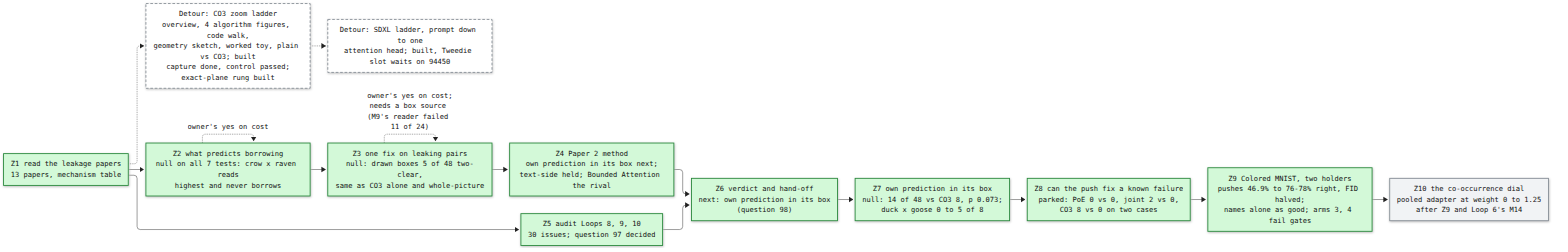
Above: artifacts/notes/progress/leakage/loop-12-progress.png in mo-rsa24/concept-composition (Mermaid), before the change. Its source is kept beside it as artifacts/notes/progress/leakage/loop-12-progress.mmd. The source it was exported from:
```mermaid
%%{init: {'theme': 'base', 'themeVariables': {'fontFamily': 'monospace', 'primaryColor': '#ffffff', 'primaryBorderColor': '#222222', 'primaryTextColor': '#111111', 'lineColor': '#222222'}}}%%
flowchart LR
  Z1["Z1 read the leakage papers<br/>13 papers, mechanism table"]:::done
  Z2["Z2 what predicts borrowing<br/>null on all 7 tests: crow x raven reads<br/>highest and never borrows"]:::done
  Z3["Z3 one fix on leaking pairs<br/>null: drawn boxes 5 of 48 two-clear,<br/>same as CO3 alone and whole-picture"]:::done
  Z4["Z4 Paper 2 method<br/>own prediction in its box next;<br/>text-side held; Bounded Attention the rival"]:::done
  Z5["Z5 audit Loops 8, 9, 10<br/>30 issues; question 97 decided"]:::done
  Z6["Z6 verdict and hand-off<br/>next: own prediction in its box<br/>(question 98)"]:::done
  LAD["Detour: CO3 zoom ladder<br/>overview, 4 algorithm figures, code walk,<br/>geometry sketch, worked toy, plain vs CO3; built<br/>capture done, control passed;<br/>exact-plane rung built"]:::detour
  Z1 -.-> LAD
  SDX["Detour: SDXL ladder, prompt down to one<br/>attention head; built, Tweedie slot waits on 94450"]:::detour
  LAD -.-> SDX
  Z1 --> Z2 --> Z3 --> Z4 --> Z6
  Z1 --> Z5 --> Z6
  Z2 -. "owner's yes on cost" .-> Z2
  Z3 -. "owner's yes on cost;<br/>needs a box source (M9's reader failed 11 of 24)" .-> Z3
  Z7["Z7 own prediction in its box<br/>null: 14 of 48 vs CO3 8, p 0.073;<br/>duck x goose 0 to 5 of 8"]:::done
  Z6 --> Z7
  Z8["Z8 can the push fix a known failure<br/>parked: PoE 0 vs 0, joint 2 vs 0,<br/>CO3 8 vs 0 on two cases"]:::done
  Z7 --> Z8
  Z9["Z9 Colored MNIST, two holders<br/>pushes 46.9% to 76-78% right, FID halved;<br/>names alone as good; arms 3, 4 fail gates"]:::done
  Z8 --> Z9
  Z10["Z10 the co-occurrence dial<br/>pooled adapter at weight 0 to 1.25<br/>after Z9 and Loop 6's M14"]:::todo
  Z9 --> Z10
  classDef done fill:#d3f9d8,stroke:#2b8a3e,stroke-width:2px
  classDef doing fill:#ffe8cc,stroke:#e8590c,stroke-width:2px
  classDef detour fill:#ffffff,stroke:#868e96,stroke-width:2px,stroke-dasharray: 6 4
  classDef todo fill:#f1f3f5,stroke:#868e96,stroke-width:2px
```
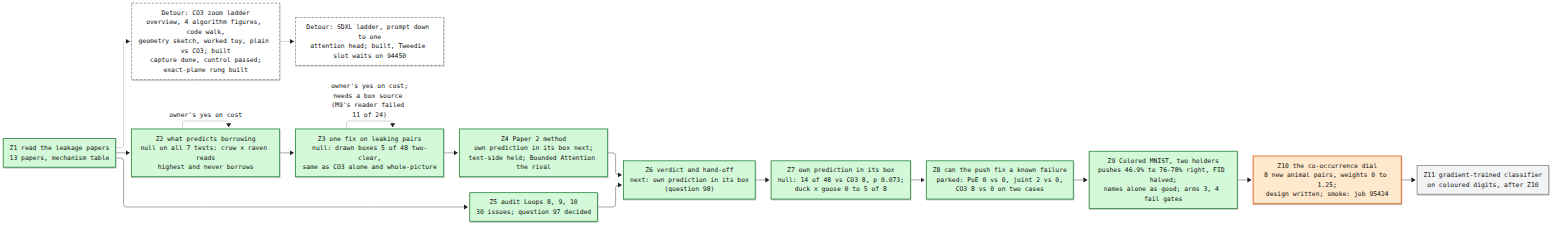
The same diagram one commit later.

Commit message:
Loop 12 map: Z10 smoke, Z11 waiting

What changed in the source:
```diff
@@ -20,8 +20,10 @@
   Z7 --> Z8
   Z9["Z9 Colored MNIST, two holders<br/>pushes 46.9% to 76-78% right, FID halved;<br/>names alone as good; arms 3, 4 fail gates"]:::done
   Z8 --> Z9
-  Z10["Z10 the co-occurrence dial<br/>pooled adapter at weight 0 to 1.25<br/>after Z9 and Loop 6's M14"]:::todo
+  Z10["Z10 the co-occurrence dial<br/>8 new animal pairs, weights 0 to 1.25;<br/>design written; smoke: job 95424"]:::doing
   Z9 --> Z10
+  Z11["Z11 gradient-trained classifier<br/>on coloured digits, after Z10"]:::todo
+  Z10 --> Z11
   classDef done fill:#d3f9d8,stroke:#2b8a3e,stroke-width:2px
   classDef doing fill:#ffe8cc,stroke:#e8590c,stroke-width:2px
   classDef detour fill:#ffffff,stroke:#868e96,stroke-width:2px,stroke-dasharray: 6 4
```
